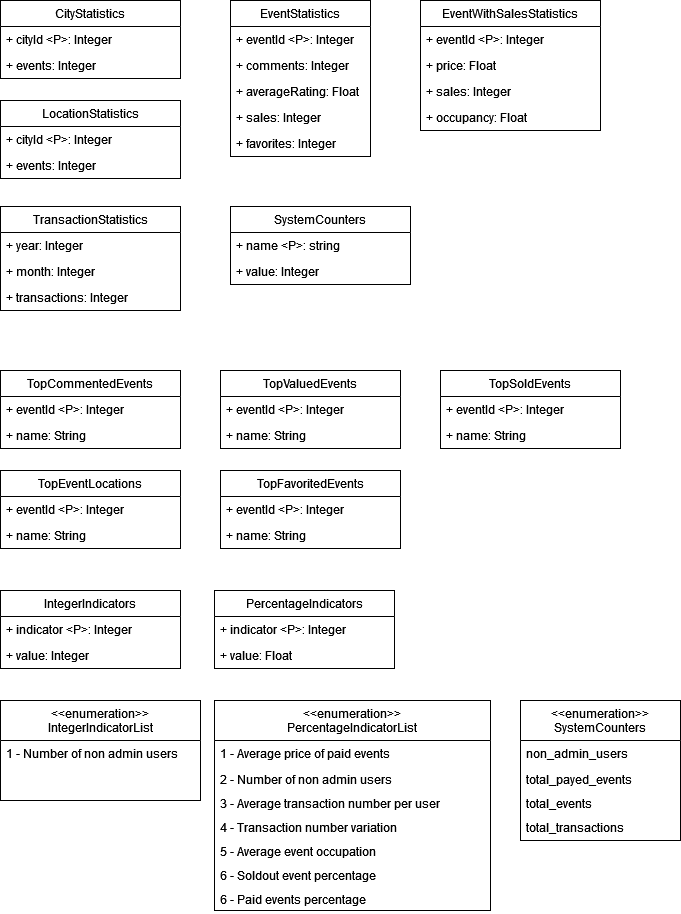
The draw.io diagram diagrams/conceptual-diagram-statistics.drawio.png in danielpilot/event-database, before a commit. Source tidied: cells renumbered, new cells last; positions are measured from the earlier drawing's top-left corner, leaving out a move shared by most shapes.
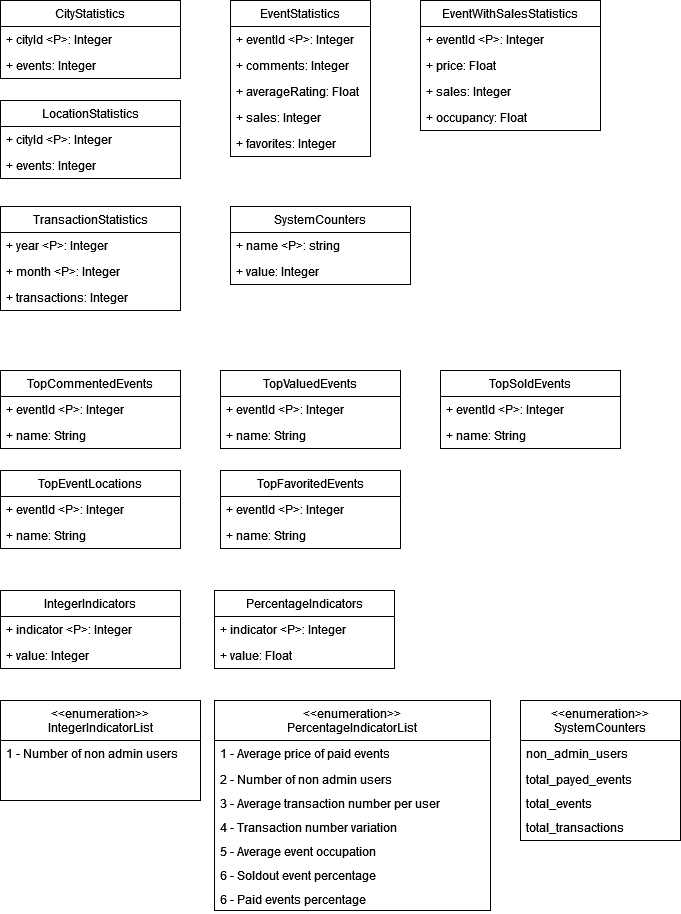
The same file after the commit.

Change to the diagram source:
```diff
@@ -56,10 +56,10 @@
     <mxCell id="19" value="TransactionStatistics" style="swimlane;fontStyle=0;horizontal=1;startSize=26;fillColor=none;whiteSpace=wrap;html=1;" parent="1" vertex="1">
       <mxGeometry y="206" width="180" height="104" as="geometry" />
     </mxCell>
-    <mxCell id="20" value="+ year: Integer" style="text;strokeColor=none;fillColor=none;align=left;verticalAlign=top;spacingLeft=4;spacingRight=4;overflow=hidden;whiteSpace=wrap;html=1;" parent="19" vertex="1">
+    <mxCell id="20" value="+ year &amp;lt;P&amp;gt;: Integer" style="text;strokeColor=none;fillColor=none;align=left;verticalAlign=top;spacingLeft=4;spacingRight=4;overflow=hidden;whiteSpace=wrap;html=1;" parent="19" vertex="1">
       <mxGeometry y="26" width="180" height="26" as="geometry" />
     </mxCell>
-    <mxCell id="21" value="+ month: Integer" style="text;strokeColor=none;fillColor=none;align=left;verticalAlign=top;spacingLeft=4;spacingRight=4;overflow=hidden;whiteSpace=wrap;html=1;" parent="19" vertex="1">
+    <mxCell id="21" value="+ month &amp;lt;P&amp;gt;: Integer" style="text;strokeColor=none;fillColor=none;align=left;verticalAlign=top;spacingLeft=4;spacingRight=4;overflow=hidden;whiteSpace=wrap;html=1;" parent="19" vertex="1">
       <mxGeometry y="52" width="180" height="26" as="geometry" />
     </mxCell>
     <mxCell id="22" value="+ transactions: Integer" style="text;strokeColor=none;fillColor=none;align=left;verticalAlign=top;spacingLeft=4;spacingRight=4;overflow=hidden;whiteSpace=wrap;html=1;" parent="19" vertex="1">
```
